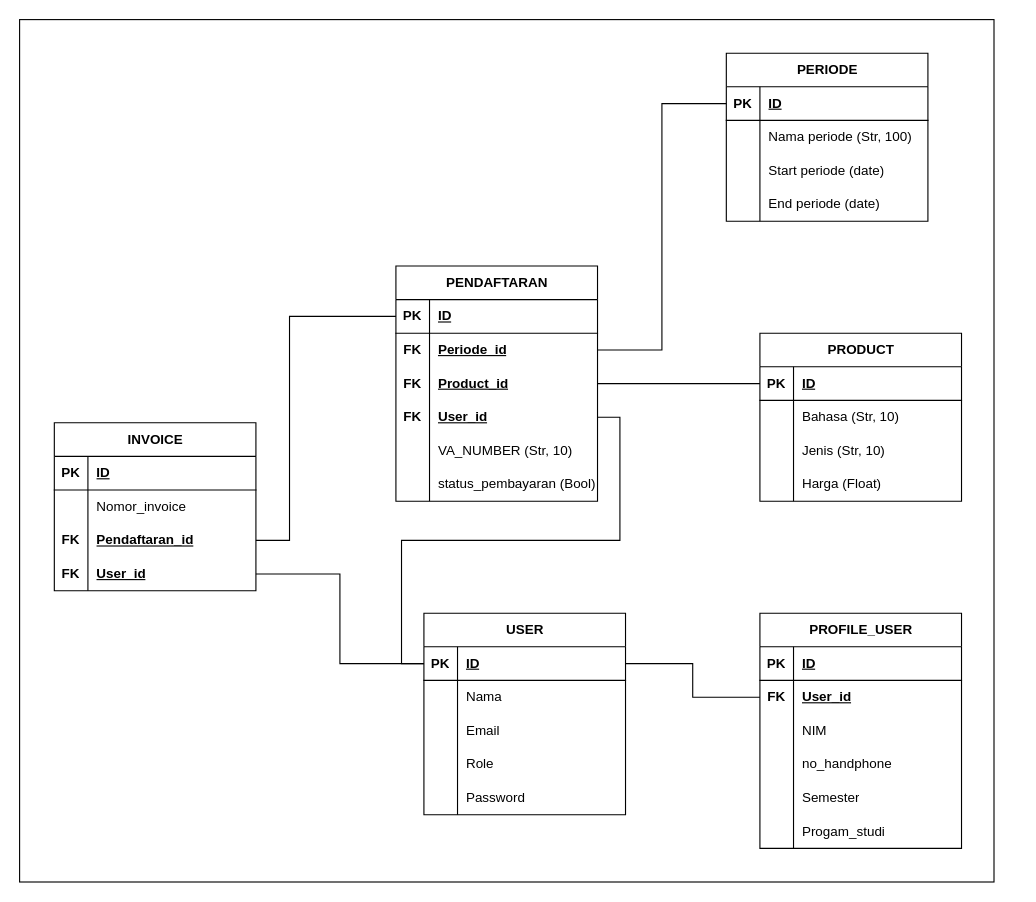
The draw.io diagram public/assets/document/TOEFL.drawio in muhamadijlal/TOEFL-UBPKarawang, before the edit. Source tidied: cells renumbered, new cells numbered last; positions are measured from the earlier drawing's top-left corner, leaving out a move shared by most shapes. Both pictures are drawn from the tidied source at 112%, with x=0, y=0 at pixel (19, 19).
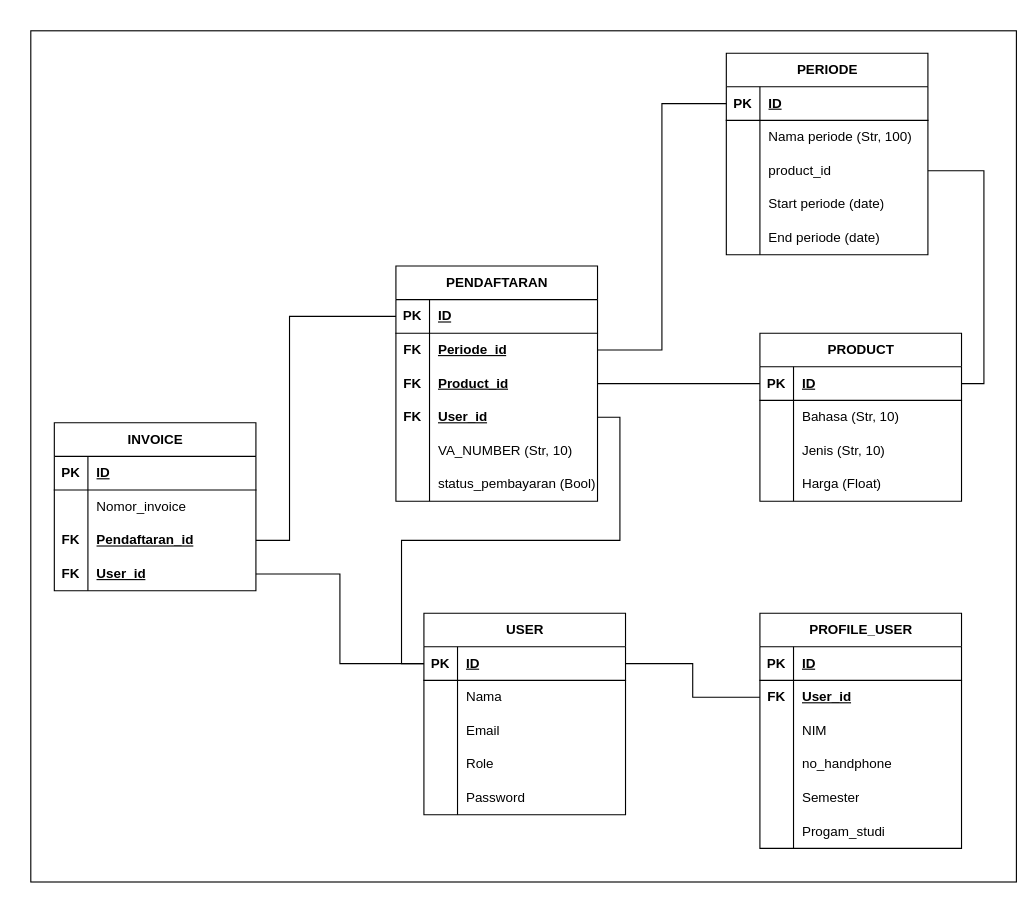
After the change.

Commit message (it also covers changes not shown here):
Modify the ERD database

Unchanged cells that the change refers to:
```xml
<mxCell id="23" style="shape=tableRow;horizontal=0;startSize=0;swimlaneHead=0;swimlaneBody=0;fillColor=none;points=[[0,0.5],[1,0.5]];portConstraint=eastwest;top=0;left=0;right=0;bottom=1;" parent="22" vertex="1">
  <mxGeometry y="30" width="180" height="30" as="geometry" />
</mxCell>
```

Change to the diagram source:
```diff
@@
-    <mxCell id="2" style="rounded=0;whiteSpace=wrap;html=1;" parent="1" vertex="1">
-      <mxGeometry width="870" height="770" as="geometry" />
-    </mxCell>
+    <mxCell id="102" style="rounded=0;whiteSpace=wrap;html=1;" parent="1" vertex="1">
+      <mxGeometry x="10" y="10" width="880" height="760" as="geometry" />
+    </mxCell>
@@
     <mxCell id="35" value="PERIODE" style="shape=table;startSize=30;childLayout=tableLayout;rowLines=0;fontStyle=1;align=center;html=1;" parent="1" vertex="1">
-      <mxGeometry x="631" y="30" width="180" height="150" as="geometry" />
+      <mxGeometry x="631" y="30" width="180" height="180" as="geometry" />
     </mxCell>
@@
+    <mxCell id="103" style="shape=tableRow;horizontal=0;startSize=0;swimlaneHead=0;swimlaneBody=0;fillColor=none;points=[[0,0.5],[1,0.5]];portConstraint=eastwest;top=0;left=0;right=0;bottom=0;" parent="35" vertex="1">
+      <mxGeometry y="90" width="180" height="30" as="geometry" />
+    </mxCell>
+    <mxCell id="104" style="shape=partialRectangle;fillColor=none;top=0;left=0;bottom=0;right=0;overflow=hidden;whiteSpace=wrap;html=1;" parent="103" vertex="1">
+      <mxGeometry width="30" height="30" as="geometry" />
+    </mxCell>
+    <mxCell id="105" value="product_id" style="shape=partialRectangle;fillColor=none;top=0;left=0;bottom=0;right=0;align=left;spacingLeft=6;overflow=hidden;whiteSpace=wrap;html=1;" parent="103" vertex="1">
+      <mxGeometry x="30" width="150" height="30" as="geometry" />
+    </mxCell>
     <mxCell id="42" style="shape=tableRow;horizontal=0;startSize=0;swimlaneHead=0;swimlaneBody=0;fillColor=none;top=0;left=0;right=0;bottom=0;" parent="35" vertex="1">
-      <mxGeometry y="90" width="180" height="30" as="geometry" />
+      <mxGeometry y="120" width="180" height="30" as="geometry" />
     </mxCell>
@@
     <mxCell id="45" style="shape=tableRow;horizontal=0;startSize=0;swimlaneHead=0;swimlaneBody=0;fillColor=none;top=0;left=0;right=0;bottom=0;" parent="35" vertex="1">
-      <mxGeometry y="120" width="180" height="30" as="geometry" />
+      <mxGeometry y="150" width="180" height="30" as="geometry" />
     </mxCell>
@@
+    <mxCell id="106" style="edgeStyle=orthogonalEdgeStyle;rounded=0;jettySize=auto;html=1;exitX=1;exitY=0.5;exitDx=0;exitDy=0;entryX=1;entryY=0.5;entryDx=0;entryDy=0;endArrow=none;endFill=0;" parent="1" edge="1" source="103" target="23">
+      <mxGeometry relative="1" as="geometry" />
+    </mxCell>
```
